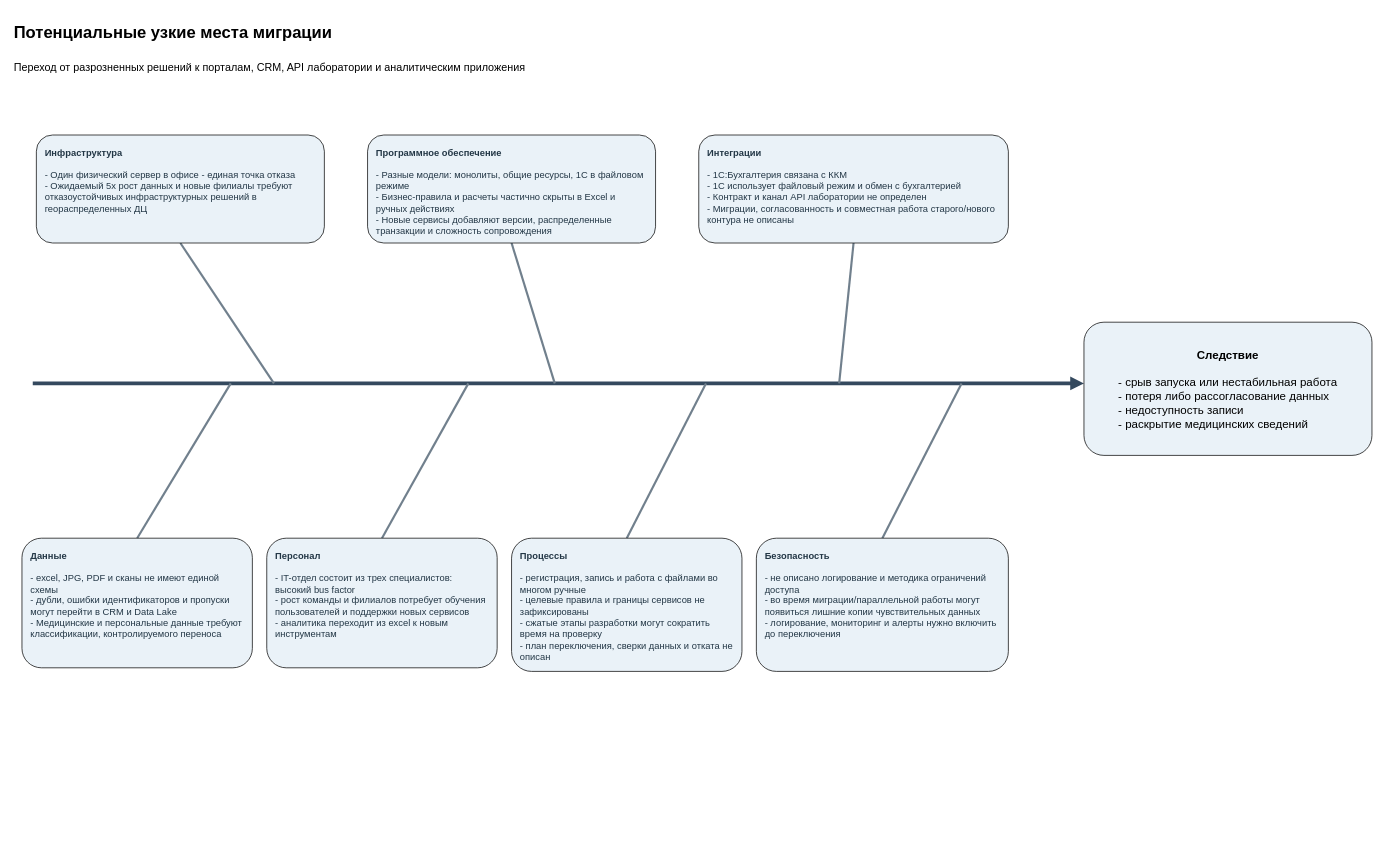
Ivan-Artamonov/architecture-medicamente keeps this draw.io diagram as Task 4/ishikawa.drawio.xml. Above is the earlier version. Source tidied: cells renumbered, new cells numbered last; positions are measured from the earlier drawing's top-left corner, leaving out a move shared by most shapes. Both pictures are drawn from the tidied source at 72%, with x=0, y=0 at pixel (12, 12).
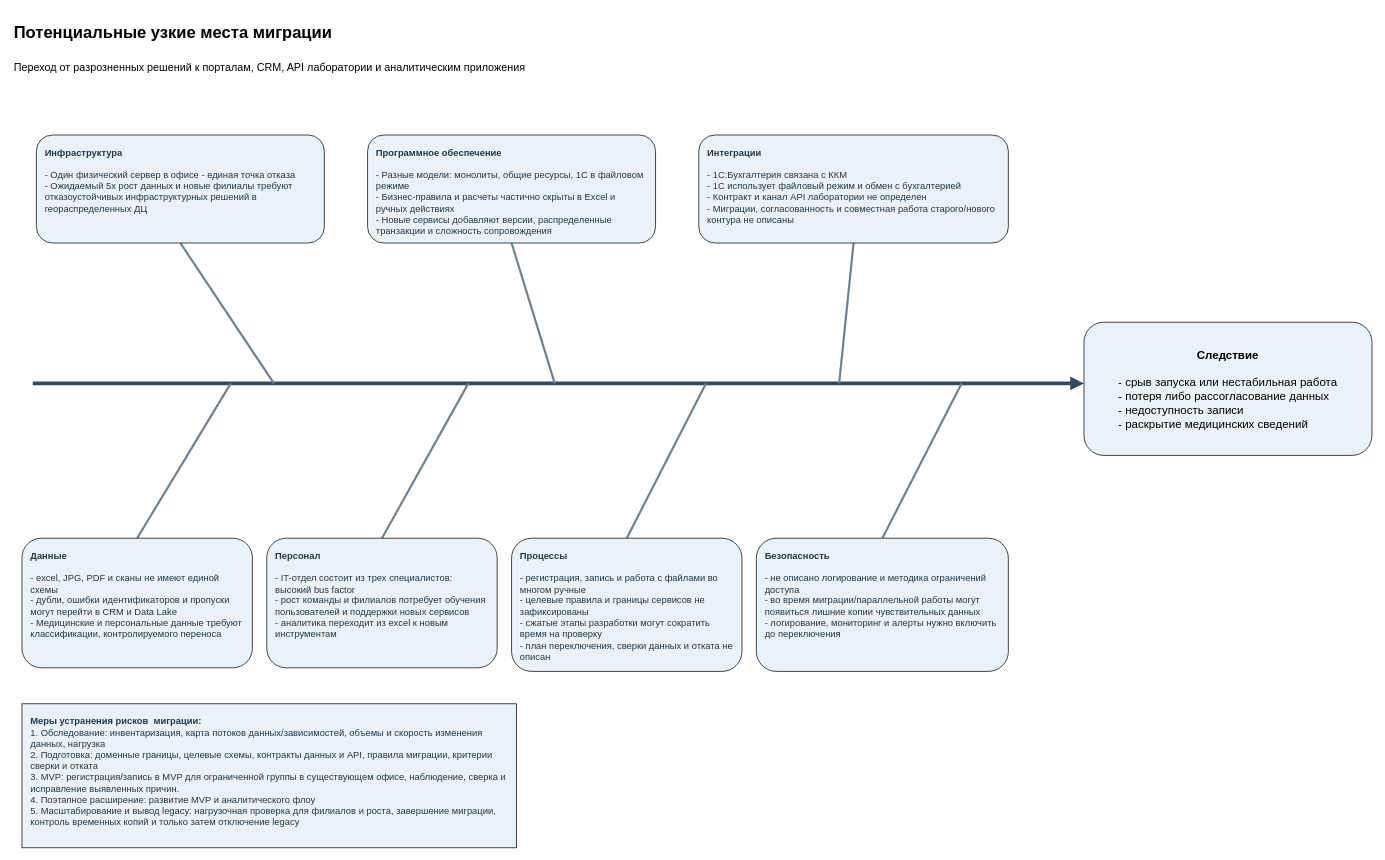
The same diagram, later.

The edit, as a diff of the source:
```diff
@@
+    <mxCell id="20" value="&lt;div&gt;&lt;b&gt;Меры устранения рисков&amp;nbsp; миграции:&lt;/b&gt;&lt;/div&gt;&lt;div&gt;1. Обследование: инвентаризация, карта потоков данных/зависимостей, объемы и скорость изменения данных, нагрузка&lt;/div&gt;&lt;div&gt;2. Подготовка: доменные границы, целевые схемы, контракты данных и API, правила миграции, критерии сверки и отката&lt;/div&gt;&lt;div&gt;3. MVP: регистрация/запись в MVP для ограниченной группы в существующем офисе, наблюдение, сверка и исправление выявленных причин.&lt;/div&gt;&lt;div&gt;4. Поэтапное расширение: развитие MVP и аналитического флоу&lt;/div&gt;&lt;div&gt;5. Масштабирование и вывод legacy: нагрузочная проверка для филиалов и роста, завершение миграции, контроль временных копий и только затем отключение legacy&lt;/div&gt;&lt;div&gt;&lt;br&gt;&lt;/div&gt;" style="rounded=1;whiteSpace=wrap;html=1;fillColor=#EAF2F8;strokeColor=#000000;fontColor=#233746;fontSize=13;align=left;verticalAlign=top;spacing=12;arcSize=0;" parent="1" vertex="1">
+      <mxGeometry x="13" y="960" width="687" height="200" as="geometry" />
+    </mxCell>
```
